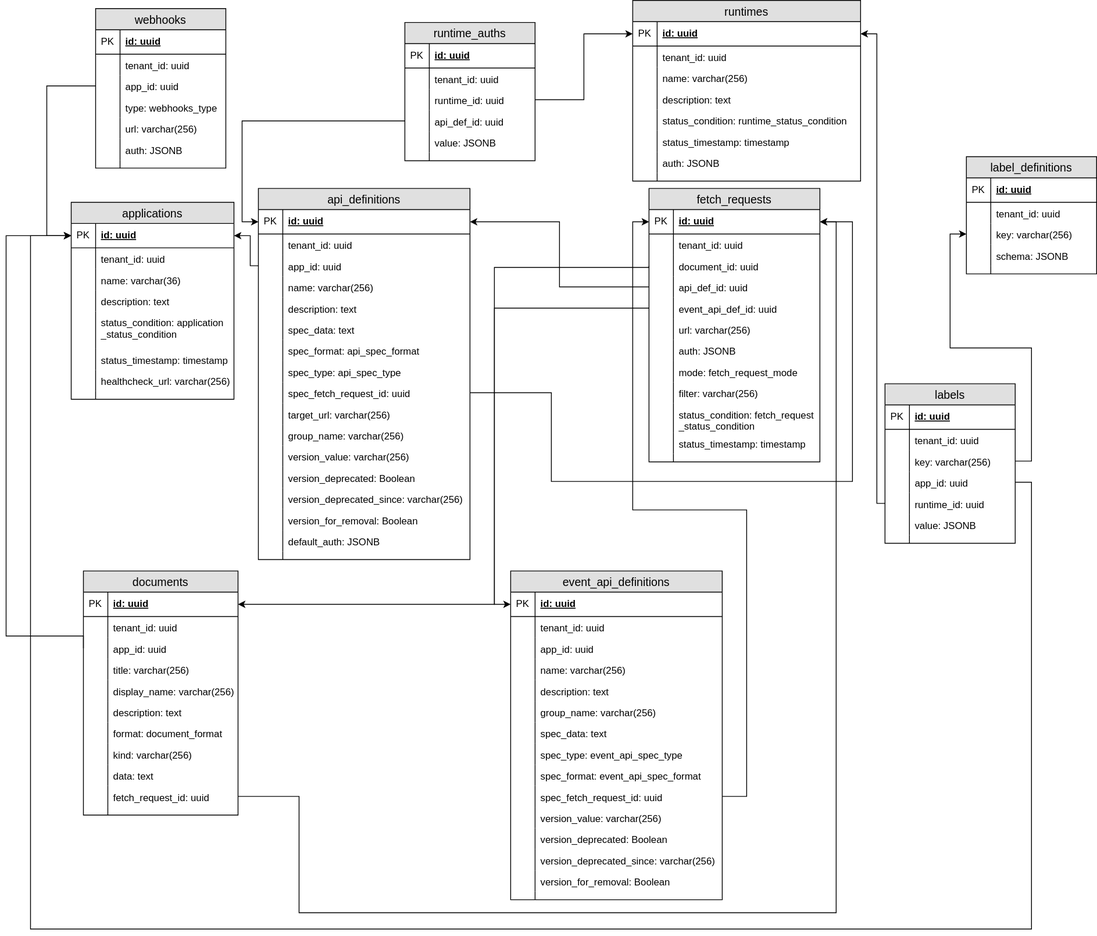
Before: docs/architecture/assets/entity_diagram.svg, a diagram exported from draw.io (kyma-incubator/compass). Source tidied: cells renumbered, new cells last; positions are measured from the earlier drawing's top-left corner, leaving out a move shared by most shapes.
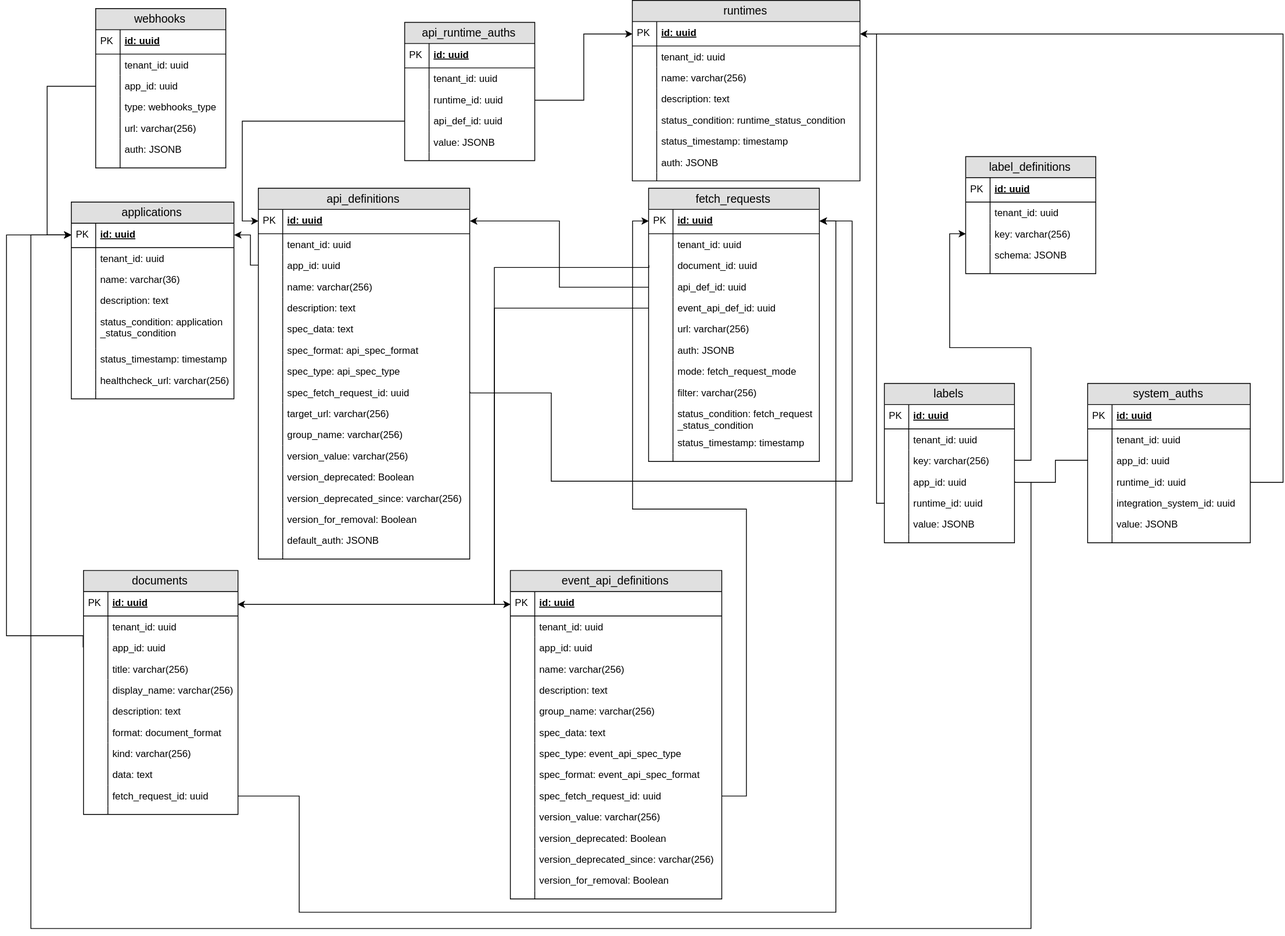
After the change.

Change to the diagram source:
```diff
@@ -98,7 +98,7 @@
     <mxCell id="33" style="shape=partialRectangle;top=0;left=0;bottom=0;fillColor=none;align=left;verticalAlign=top;spacingLeft=4;spacingRight=4;overflow=hidden;fontSize=12;" parent="32" vertex="1">
       <mxGeometry width="30" height="10" as="geometry" />
     </mxCell>
-    <mxCell id="34" value="runtime_auths" style="swimlane;fontStyle=0;horizontal=1;startSize=26;fillColor=#e0e0e0;swimlaneFillColor=#ffffff;align=center;fontSize=14;" parent="1" vertex="1">
+    <mxCell id="34" value="api_runtime_auths" style="swimlane;fontStyle=0;horizontal=1;startSize=26;fillColor=#e0e0e0;swimlaneFillColor=#ffffff;align=center;fontSize=14;" parent="1" vertex="1">
       <mxGeometry x="490" y="27" width="160" height="170" as="geometry" />
     </mxCell>
     <mxCell id="35" value="id: uuid" style="shape=partialRectangle;top=0;left=0;right=0;bottom=1;align=left;verticalAlign=middle;fillColor=none;spacingLeft=34;spacingRight=4;overflow=hidden;fontStyle=5;fontSize=12;" parent="34" vertex="1">
@@ -705,5 +705,68 @@
         </Array>
       </mxGeometry>
     </mxCell>
+    <mxCell id="218" value="system_auths" style="swimlane;fontStyle=0;horizontal=1;startSize=26;fillColor=#e0e0e0;swimlaneFillColor=#ffffff;align=center;fontSize=14;" parent="1" vertex="1">
+      <mxGeometry x="1330" y="471" width="200" height="196" as="geometry" />
+    </mxCell>
+    <mxCell id="219" value="id: uuid" style="shape=partialRectangle;top=0;left=0;right=0;bottom=1;align=left;verticalAlign=middle;fillColor=none;spacingLeft=34;spacingRight=4;overflow=hidden;fontStyle=5;fontSize=12;" parent="218" vertex="1">
+      <mxGeometry y="26" width="200" height="30" as="geometry" />
+    </mxCell>
+    <mxCell id="220" value="PK" style="shape=partialRectangle;top=0;left=0;bottom=0;fillColor=none;align=left;verticalAlign=middle;spacingLeft=4;spacingRight=4;overflow=hidden;fontSize=12;" parent="219" vertex="1">
+      <mxGeometry width="30" height="30" as="geometry" />
+    </mxCell>
+    <mxCell id="221" value="tenant_id: uuid" style="shape=partialRectangle;top=0;left=0;right=0;bottom=0;align=left;verticalAlign=top;fillColor=none;spacingLeft=34;spacingRight=4;overflow=hidden;fontSize=12;" parent="218" vertex="1">
+      <mxGeometry y="56" width="200" height="26" as="geometry" />
+    </mxCell>
+    <mxCell id="222" style="shape=partialRectangle;top=0;left=0;bottom=0;fillColor=none;align=left;verticalAlign=top;spacingLeft=4;spacingRight=4;overflow=hidden;fontSize=12;" parent="221" vertex="1">
+      <mxGeometry width="30" height="26" as="geometry" />
+    </mxCell>
+    <mxCell id="223" value="app_id: uuid" style="shape=partialRectangle;top=0;left=0;right=0;bottom=0;align=left;verticalAlign=top;fillColor=none;spacingLeft=34;spacingRight=4;overflow=hidden;points=[[0,0.5],[1,0.5]];portConstraint=eastwest;fontSize=12;" parent="218" vertex="1">
+      <mxGeometry y="82" width="200" height="26" as="geometry" />
+    </mxCell>
+    <mxCell id="224" style="shape=partialRectangle;top=0;left=0;bottom=0;fillColor=none;align=left;verticalAlign=top;spacingLeft=4;spacingRight=4;overflow=hidden;fontSize=12;" parent="223" vertex="1">
+      <mxGeometry width="30" height="26" as="geometry" />
+    </mxCell>
+    <mxCell id="225" value="runtime_id: uuid" style="shape=partialRectangle;top=0;left=0;right=0;bottom=0;align=left;verticalAlign=top;fillColor=none;spacingLeft=34;spacingRight=4;overflow=hidden;points=[[0,0.5],[1,0.5]];portConstraint=eastwest;fontSize=12;" parent="218" vertex="1">
+      <mxGeometry y="108" width="200" height="26" as="geometry" />
+    </mxCell>
+    <mxCell id="226" style="shape=partialRectangle;top=0;left=0;bottom=0;fillColor=none;align=left;verticalAlign=top;spacingLeft=4;spacingRight=4;overflow=hidden;fontSize=12;" parent="225" vertex="1">
+      <mxGeometry width="30" height="26" as="geometry" />
+    </mxCell>
+    <mxCell id="227" value="integration_system_id: uuid" style="shape=partialRectangle;top=0;left=0;right=0;bottom=0;align=left;verticalAlign=top;fillColor=none;spacingLeft=34;spacingRight=4;overflow=hidden;fontSize=12;" parent="218" vertex="1">
+      <mxGeometry y="134" width="200" height="26" as="geometry" />
+    </mxCell>
+    <mxCell id="228" style="shape=partialRectangle;top=0;left=0;bottom=0;fillColor=none;align=left;verticalAlign=top;spacingLeft=4;spacingRight=4;overflow=hidden;fontSize=12;" parent="227" vertex="1">
+      <mxGeometry width="30" height="26" as="geometry" />
+    </mxCell>
+    <mxCell id="229" value="value: JSONB" style="shape=partialRectangle;top=0;left=0;right=0;bottom=0;align=left;verticalAlign=top;fillColor=none;spacingLeft=34;spacingRight=4;overflow=hidden;fontSize=12;" parent="218" vertex="1">
+      <mxGeometry y="160" width="200" height="26" as="geometry" />
+    </mxCell>
+    <mxCell id="230" style="shape=partialRectangle;top=0;left=0;bottom=0;fillColor=none;align=left;verticalAlign=top;spacingLeft=4;spacingRight=4;overflow=hidden;fontSize=12;" parent="229" vertex="1">
+      <mxGeometry width="30" height="26" as="geometry" />
+    </mxCell>
+    <mxCell id="231" style="shape=partialRectangle;top=0;left=0;right=0;bottom=0;align=left;verticalAlign=top;fillColor=none;spacingLeft=34;spacingRight=4;overflow=hidden;fontSize=12;" parent="218" vertex="1">
+      <mxGeometry y="186" width="200" height="10" as="geometry" />
+    </mxCell>
+    <mxCell id="232" style="shape=partialRectangle;top=0;left=0;bottom=0;fillColor=none;align=left;verticalAlign=top;spacingLeft=4;spacingRight=4;overflow=hidden;fontSize=11;" parent="231" vertex="1">
+      <mxGeometry width="30" height="10" as="geometry" />
+    </mxCell>
+    <mxCell id="233" style="edgeStyle=orthogonalEdgeStyle;rounded=0;jettySize=auto;html=1;exitX=1;exitY=0.5;exitDx=0;exitDy=0;fontSize=11;endArrow=none;endFill=0;" parent="1" edge="1" source="225">
+      <mxGeometry relative="1" as="geometry">
+        <mxPoint x="1070" y="41" as="targetPoint" />
+        <Array as="points">
+          <mxPoint x="1570" y="592" />
+          <mxPoint x="1570" y="41" />
+        </Array>
+      </mxGeometry>
+    </mxCell>
+    <mxCell id="234" style="edgeStyle=orthogonalEdgeStyle;rounded=0;jettySize=auto;html=1;exitX=0;exitY=0.5;exitDx=0;exitDy=0;endArrow=none;endFill=0;fontSize=11;" parent="1" edge="1" source="223">
+      <mxGeometry relative="1" as="geometry">
+        <mxPoint x="1260" y="592" as="targetPoint" />
+        <Array as="points">
+          <mxPoint x="1290" y="566" />
+          <mxPoint x="1290" y="592" />
+        </Array>
+      </mxGeometry>
+    </mxCell>
   </root>
 </mxGraphModel>
```
